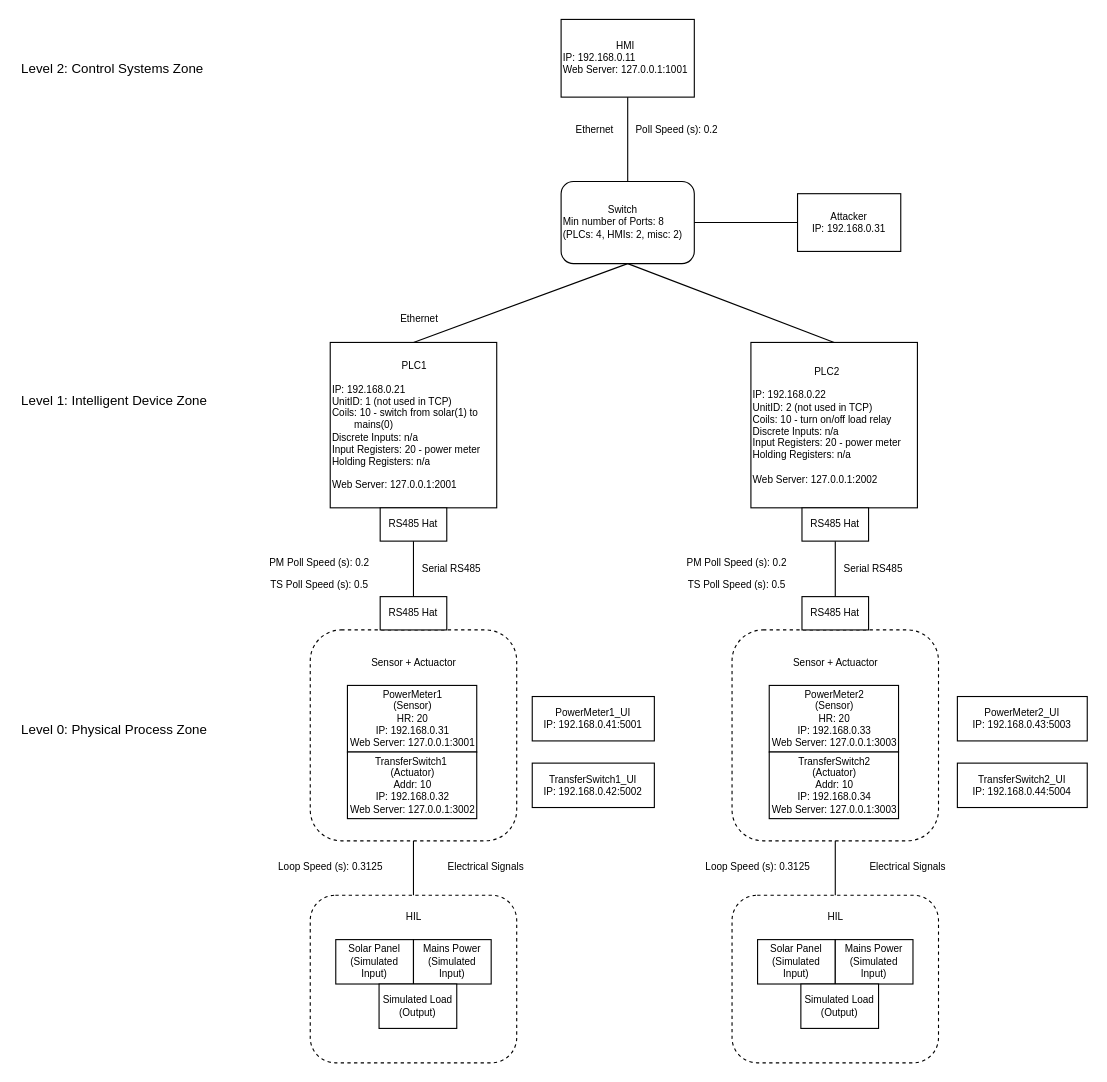
Before: documentation/diagrams/ICS Detailed Diagram.drawio in JaxsonBrownie/ICS_Simulation, a draw.io diagram. Source tidied: cells renumbered, new cells numbered last; positions are measured from the earlier drawing's top-left corner, leaving out a move shared by most shapes. Both pictures are drawn from the tidied source at 111%, with x=0, y=0 at pixel (19, 19).
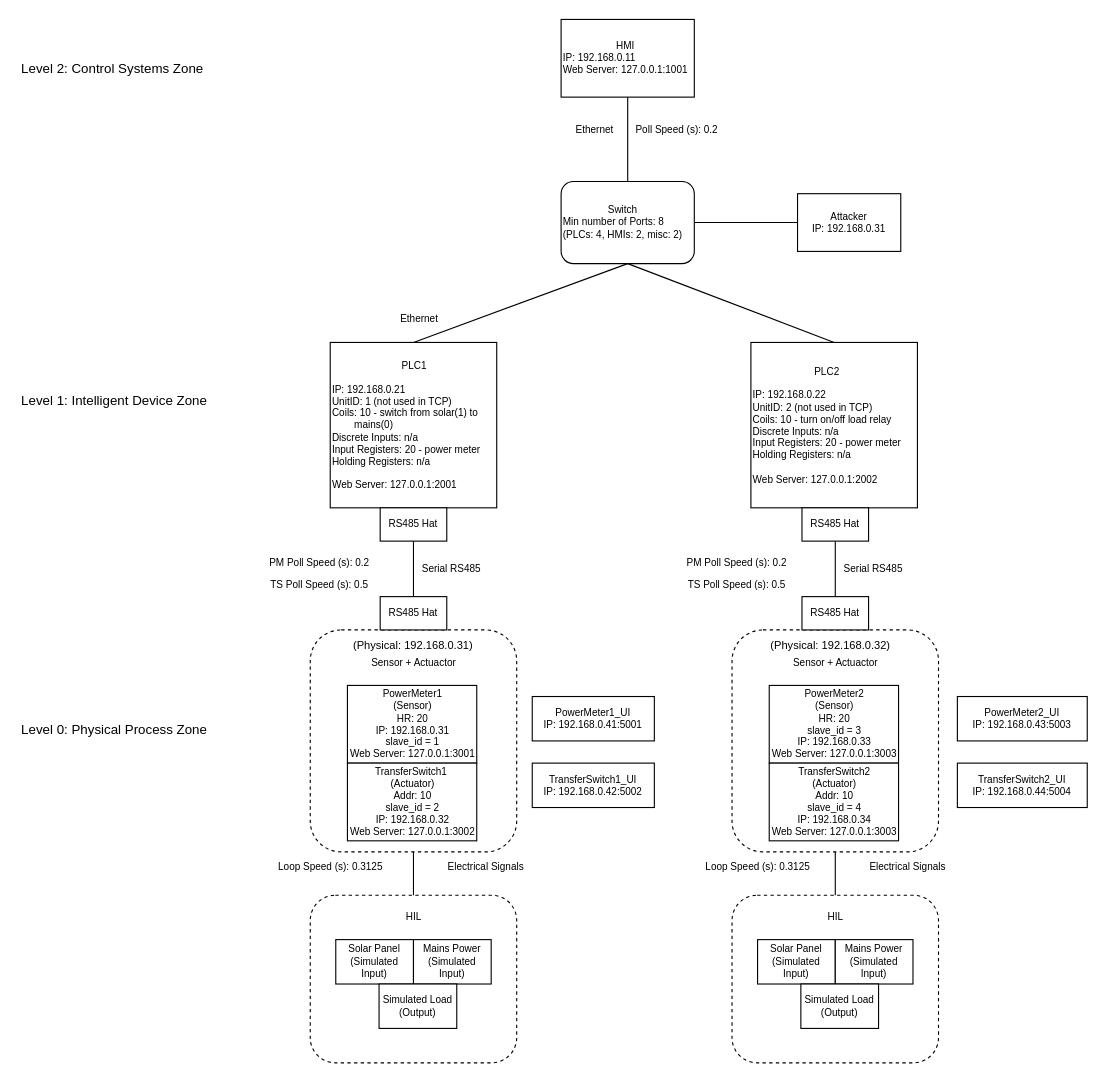
The same page after the edit.

Commit message (it also covers changes not shown here):
added slave ids to the rtu components

The edit, as a diff of the source:
```diff
@@
     <mxCell id="3" style="rounded=1;whiteSpace=wrap;html=1;dashed=1;fillColor=none;" parent="1" vertex="1">
-      <mxGeometry x="262" y="550" width="186" height="190" as="geometry" />
+      <mxGeometry x="262" y="550" width="186" height="200" as="geometry" />
     </mxCell>
@@
-    <mxCell id="19" value="PowerMeter1&lt;div&gt;(Sensor)&lt;/div&gt;&lt;div&gt;HR: 20&lt;/div&gt;&lt;div&gt;IP: 192.168.0.31&lt;/div&gt;&lt;div&gt;Web Server: 127.0.0.1:3001&lt;/div&gt;" style="rounded=0;whiteSpace=wrap;html=1;fontSize=9;align=center;" parent="1" vertex="1">
-      <mxGeometry x="295.5" y="600" width="116.5" height="60" as="geometry" />
+    <mxCell id="19" value="PowerMeter1&lt;div&gt;(Sensor)&lt;/div&gt;&lt;div&gt;HR: 20&lt;/div&gt;&lt;div&gt;IP: 192.168.0.31&lt;/div&gt;&lt;div&gt;slave_id = 1&lt;/div&gt;&lt;div&gt;Web Server: 127.0.0.1:3001&lt;/div&gt;" style="rounded=0;whiteSpace=wrap;html=1;fontSize=9;align=center;" parent="1" vertex="1">
+      <mxGeometry x="295.5" y="600" width="116.5" height="70" as="geometry" />
     </mxCell>
@@
-    <mxCell id="30" value="TransferSwitch1&amp;nbsp;&lt;div&gt;(Actuator)&lt;div&gt;Addr: 10&lt;/div&gt;&lt;div&gt;IP: 192.168.0.32&lt;/div&gt;&lt;/div&gt;&lt;div&gt;Web Server: 127.0.0.1:3002&lt;/div&gt;" style="rounded=0;whiteSpace=wrap;html=1;fontSize=9;" parent="1" vertex="1">
-      <mxGeometry x="295.5" y="660" width="116.5" height="60" as="geometry" />
+    <mxCell id="30" value="TransferSwitch1&amp;nbsp;&lt;div&gt;(Actuator)&lt;div&gt;Addr: 10&lt;/div&gt;&lt;div&gt;slave_id = 2&lt;/div&gt;&lt;div&gt;IP: 192.168.0.32&lt;/div&gt;&lt;/div&gt;&lt;div&gt;Web Server: 127.0.0.1:3002&lt;/div&gt;" style="rounded=0;whiteSpace=wrap;html=1;fontSize=9;" parent="1" vertex="1">
+      <mxGeometry x="295.5" y="670" width="116.5" height="70" as="geometry" />
     </mxCell>
@@
     <mxCell id="32" style="rounded=1;whiteSpace=wrap;html=1;dashed=1;fillColor=none;" parent="1" vertex="1">
-      <mxGeometry x="642" y="550" width="186" height="190" as="geometry" />
+      <mxGeometry x="642" y="550" width="186" height="200" as="geometry" />
     </mxCell>
@@
-    <mxCell id="36" value="PowerMeter2&lt;div&gt;(Sensor)&lt;/div&gt;&lt;div&gt;HR: 20&lt;/div&gt;&lt;div&gt;IP: 192.168.0.33&lt;/div&gt;&lt;div&gt;Web Server: 127.0.0.1:3003&lt;/div&gt;" style="rounded=0;whiteSpace=wrap;html=1;fontSize=9;align=center;" parent="1" vertex="1">
-      <mxGeometry x="675.5" y="600" width="116.5" height="60" as="geometry" />
+    <mxCell id="36" value="PowerMeter2&lt;div&gt;(Sensor)&lt;/div&gt;&lt;div&gt;HR: 20&lt;/div&gt;&lt;div&gt;slave_id = 3&lt;/div&gt;&lt;div&gt;IP: 192.168.0.33&lt;/div&gt;&lt;div&gt;Web Server: 127.0.0.1:3003&lt;/div&gt;" style="rounded=0;whiteSpace=wrap;html=1;fontSize=9;align=center;" parent="1" vertex="1">
+      <mxGeometry x="675.5" y="600" width="116.5" height="70" as="geometry" />
     </mxCell>
@@
-    <mxCell id="45" value="TransferSwitch2&lt;div&gt;(Actuator)&lt;div&gt;Addr: 10&lt;/div&gt;&lt;div&gt;IP: 192.168.0.34&lt;/div&gt;&lt;/div&gt;&lt;div&gt;Web Server: 127.0.0.1:3003&lt;/div&gt;" style="rounded=0;whiteSpace=wrap;html=1;fontSize=9;" parent="1" vertex="1">
-      <mxGeometry x="675.5" y="660" width="116.5" height="60" as="geometry" />
+    <mxCell id="45" value="TransferSwitch2&lt;div&gt;(Actuator)&lt;div&gt;Addr: 10&lt;/div&gt;&lt;div&gt;slave_id = 4&lt;/div&gt;&lt;div&gt;IP: 192.168.0.34&lt;/div&gt;&lt;/div&gt;&lt;div&gt;Web Server: 127.0.0.1:3003&lt;/div&gt;" style="rounded=0;whiteSpace=wrap;html=1;fontSize=9;" parent="1" vertex="1">
+      <mxGeometry x="675.5" y="670" width="116.5" height="70" as="geometry" />
     </mxCell>
@@
+    <mxCell id="57" value="&lt;div style=&quot;text-align: center;&quot;&gt;&lt;span style=&quot;background-color: initial;&quot;&gt;&lt;font size=&quot;1&quot;&gt;(Physical: 192.168.0.31)&lt;/font&gt;&lt;/span&gt;&lt;/div&gt;" style="text;whiteSpace=wrap;html=1;" parent="1" vertex="1">
+      <mxGeometry x="299" y="550" width="120" height="50" as="geometry" />
+    </mxCell>
+    <mxCell id="58" value="&lt;div style=&quot;text-align: center;&quot;&gt;&lt;span style=&quot;background-color: initial;&quot;&gt;&lt;font size=&quot;1&quot;&gt;(Physical: 192.168.0.32)&lt;/font&gt;&lt;/span&gt;&lt;/div&gt;" style="text;whiteSpace=wrap;html=1;" parent="1" vertex="1">
+      <mxGeometry x="675" y="550" width="120" height="50" as="geometry" />
+    </mxCell>
```
